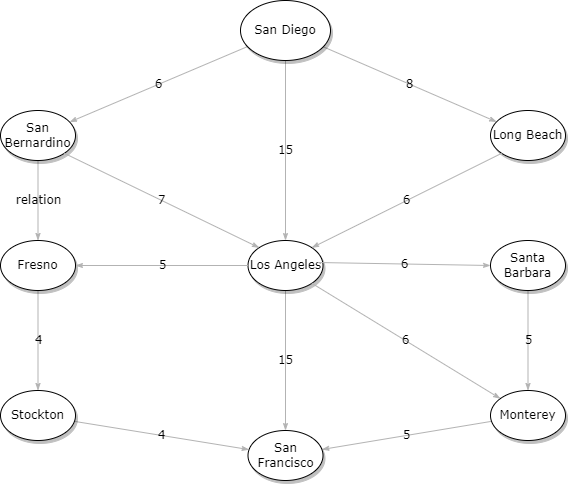
The draw.io diagram Dijkstra/Dijkstra.png in basharnaji/Algorithms, before a commit. Source tidied: cells renumbered, new cells last; positions are measured from the earlier drawing's top-left corner, leaving out a move shared by most shapes.
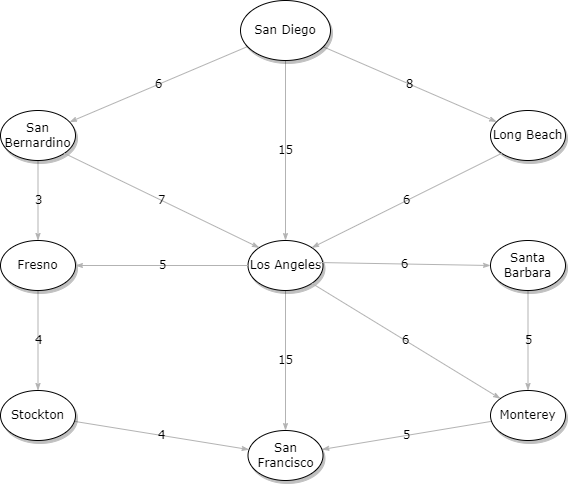
After the commit.

Commit message:
fixed Dijkstra diagram

Change to the diagram source:
```diff
@@ -38,7 +38,7 @@
     <mxCell id="13" value="San Francisco" style="ellipse;whiteSpace=wrap;html=1;rounded=0;shadow=1;comic=0;labelBackgroundColor=none;strokeWidth=1;fontFamily=Verdana;fontSize=12;align=center;" parent="1" vertex="1">
       <mxGeometry x="247.5" y="430" width="75" height="50" as="geometry" />
     </mxCell>
-    <mxCell id="14" value="relation" style="edgeStyle=none;rounded=1;html=1;labelBackgroundColor=none;startArrow=none;startFill=0;startSize=5;endArrow=classicThin;endFill=1;endSize=5;jettySize=auto;strokeColor=#B3B3B3;strokeWidth=1;fontFamily=Verdana;fontSize=12;" parent="1" edge="1" source="15" target="17">
+    <mxCell id="14" value="3" style="edgeStyle=none;rounded=1;html=1;labelBackgroundColor=none;startArrow=none;startFill=0;startSize=5;endArrow=classicThin;endFill=1;endSize=5;jettySize=auto;strokeColor=#B3B3B3;strokeWidth=1;fontFamily=Verdana;fontSize=12;" parent="1" edge="1" source="15" target="17">
       <mxGeometry relative="1" as="geometry" />
     </mxCell>
     <mxCell id="15" value="San Bernardino" style="ellipse;whiteSpace=wrap;html=1;rounded=0;shadow=1;comic=0;labelBackgroundColor=none;strokeWidth=1;fontFamily=Verdana;fontSize=12;align=center;" parent="1" vertex="1">
```
